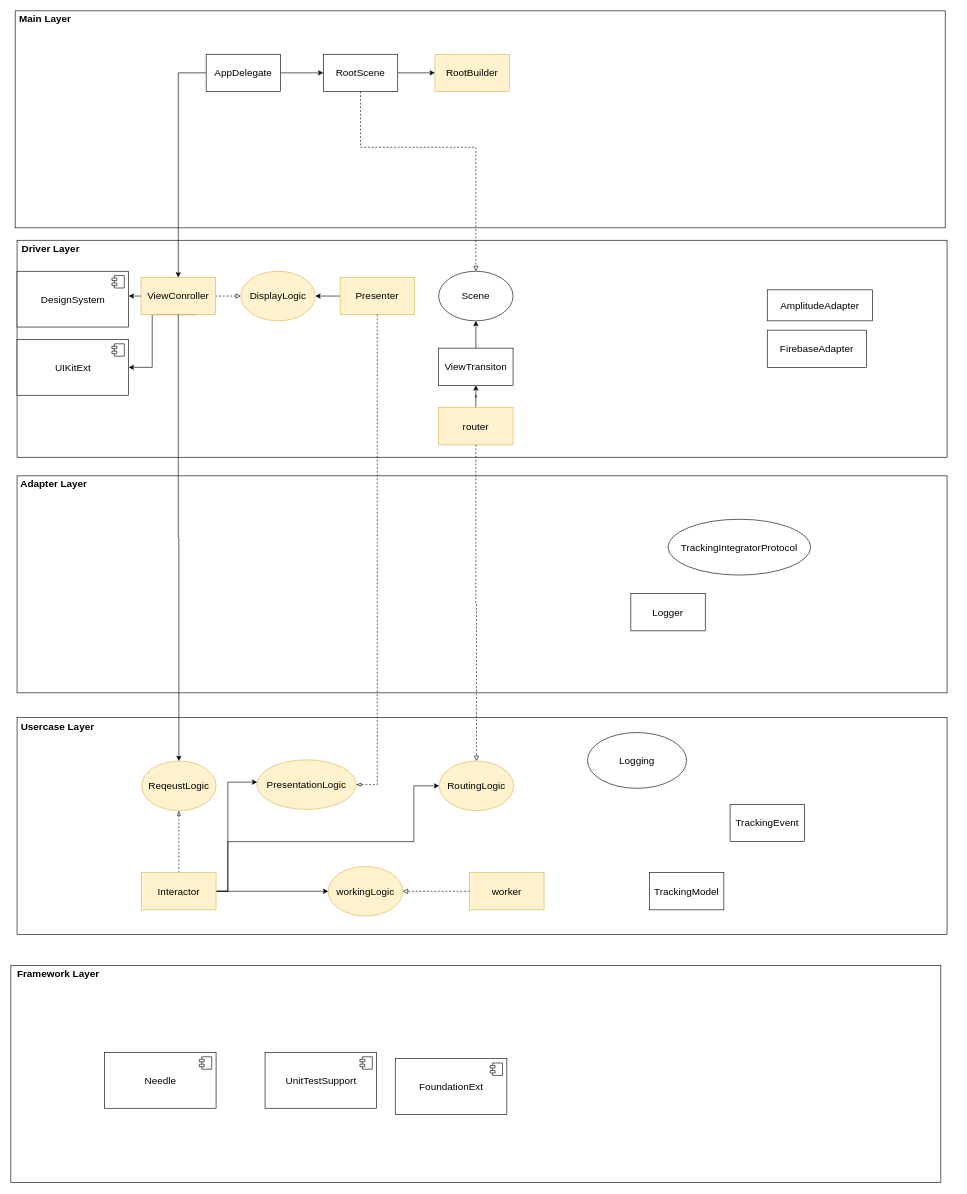
Above: modularization.drawio in gookhee/diagrams (draw.io), before the change. Source tidied: cells renumbered, new cells numbered last; positions are measured from the earlier drawing's top-left corner, leaving out a move shared by most shapes. Both pictures are drawn from the tidied source at 62%, with x=0, y=0 at pixel (11, 11).
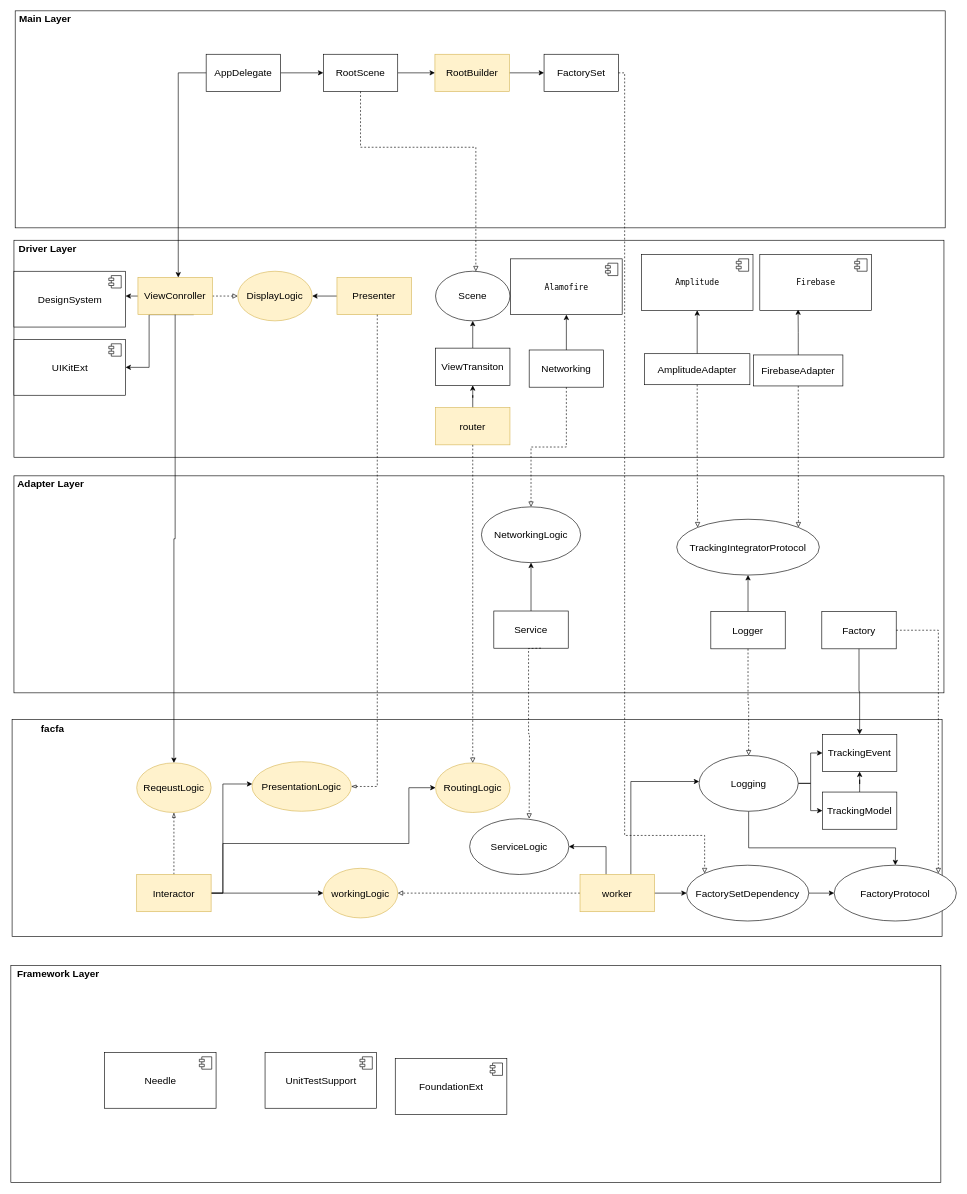
The same diagram, later.

The change refers to these unchanged cells:
```xml
<mxCell id="2" style="group;" parent="1" vertex="1">
  <mxGeometry width="1500" height="350" as="geometry" />
</mxCell>
<mxCell id="7" value="RootBuilder" style="rounded=0;whiteSpace=wrap;html=1;fontSize=16;fillColor=#fff2cc;strokeColor=#d6b656;" parent="2" vertex="1">
  <mxGeometry x="684" y="70" width="120" height="60" as="geometry" />
</mxCell>
<mxCell id="27" value="Presenter" style="rounded=0;whiteSpace=wrap;html=1;fontSize=16;fillColor=#fff2cc;strokeColor=#d6b656;" parent="19" vertex="1">
  <mxGeometry x="521" y="60" width="120" height="60" as="geometry" />
</mxCell>
<mxCell id="56" value="PresentationLogic" style="ellipse;whiteSpace=wrap;html=1;fontSize=16;fillColor=#fff2cc;strokeColor=#d6b656;" parent="45" vertex="1">
  <mxGeometry x="387" y="68" width="160" height="80" as="geometry" />
</mxCell>
```

What changed in the source:
```diff
@@
+    <mxCell id="67" style="edgeStyle=orthogonalEdgeStyle;rounded=0;jettySize=auto;html=1;fontSize=16;endArrow=classic;endFill=1;" parent="2" edge="1" source="7" target="68">
+      <mxGeometry relative="1" as="geometry" />
+    </mxCell>
@@
+    <mxCell id="68" value="FactorySet" style="rounded=0;whiteSpace=wrap;html=1;fontSize=16;" parent="2" vertex="1">
+      <mxGeometry x="860" y="70" width="120" height="60" as="geometry" />
+    </mxCell>
@@
     <mxCell id="19" style="group;" parent="1" vertex="1">
-      <mxGeometry x="10" y="370" width="1500" height="350" as="geometry" />
+      <mxGeometry x="5" y="370" width="1500" height="350" as="geometry" />
     </mxCell>
@@
+    <mxCell id="69" style="edgeStyle=orthogonalEdgeStyle;rounded=0;jettySize=auto;html=1;fontSize=16;endArrow=classic;endFill=1;" parent="19" edge="1" source="36" target="71">
+      <mxGeometry relative="1" as="geometry" />
+    </mxCell>
     <mxCell id="36" value="AmplitudeAdapter" style="rounded=0;whiteSpace=wrap;html=1;fontSize=16;" parent="19" vertex="1">
-      <mxGeometry x="1210" y="80" width="170" height="50" as="geometry" />
+      <mxGeometry x="1017" y="183" width="170" height="50" as="geometry" />
     </mxCell>
+    <mxCell id="70" style="edgeStyle=orthogonalEdgeStyle;rounded=0;jettySize=auto;html=1;entryX=0.343;entryY=0.984;entryDx=0;entryDy=0;entryPerimeter=0;fontSize=16;endArrow=classic;endFill=1;" parent="19" edge="1" source="37" target="73">
+      <mxGeometry relative="1" as="geometry" />
+    </mxCell>
     <mxCell id="37" value="FirebaseAdapter" style="rounded=0;whiteSpace=wrap;html=1;fontSize=16;" parent="19" vertex="1">
-      <mxGeometry x="1210" y="145" width="160" height="60" as="geometry" />
+      <mxGeometry x="1193" y="185" width="144" height="50" as="geometry" />
     </mxCell>
@@
+    <mxCell id="71" value="&lt;p class=&quot;p1&quot; style=&quot;margin: 0px ; font-stretch: normal ; font-size: 13px ; line-height: normal ; font-family: &amp;#34;menlo&amp;#34; ; background-color: rgb(255 , 255 , 255)&quot;&gt;Amplitude&lt;/p&gt;" style="html=1;fontSize=16;" parent="19" vertex="1">
+      <mxGeometry x="1012" y="23" width="180" height="90" as="geometry" />
+    </mxCell>
+    <mxCell id="72" style="shape=module;jettyWidth=8;jettyHeight=4;fontSize=16;" parent="71" vertex="1">
+      <mxGeometry x="1" width="20" height="20" relative="1" as="geometry">
+        <mxPoint x="-27" y="7" as="offset" />
+      </mxGeometry>
+    </mxCell>
+    <mxCell id="73" value="&lt;p class=&quot;p1&quot; style=&quot;margin: 0px ; font-stretch: normal ; font-size: 13px ; line-height: normal ; font-family: &amp;#34;menlo&amp;#34; ; background-color: rgb(255 , 255 , 255)&quot;&gt;Firebase&lt;/p&gt;" style="html=1;fontSize=16;" parent="19" vertex="1">
+      <mxGeometry x="1203" y="23" width="180" height="90" as="geometry" />
+    </mxCell>
+    <mxCell id="74" style="shape=module;jettyWidth=8;jettyHeight=4;fontSize=16;" parent="73" vertex="1">
+      <mxGeometry x="1" width="20" height="20" relative="1" as="geometry">
+        <mxPoint x="-27" y="7" as="offset" />
+      </mxGeometry>
+    </mxCell>
+    <mxCell id="75" style="edgeStyle=orthogonalEdgeStyle;rounded=0;jettySize=auto;html=1;fontSize=16;endArrow=classic;endFill=1;" parent="19" edge="1" source="76" target="77">
+      <mxGeometry relative="1" as="geometry" />
+    </mxCell>
+    <mxCell id="76" value="Networking" style="rounded=0;whiteSpace=wrap;html=1;fontSize=16;" parent="19" vertex="1">
+      <mxGeometry x="831" y="177" width="120" height="60" as="geometry" />
+    </mxCell>
+    <mxCell id="77" value="&lt;p class=&quot;p1&quot; style=&quot;margin: 0px ; font-stretch: normal ; font-size: 13px ; line-height: normal ; font-family: &amp;#34;menlo&amp;#34; ; background-color: rgb(255 , 255 , 255)&quot;&gt;Alamofire&lt;/p&gt;" style="html=1;fontSize=16;" parent="19" vertex="1">
+      <mxGeometry x="801" y="30" width="180" height="90" as="geometry" />
+    </mxCell>
+    <mxCell id="78" style="shape=module;jettyWidth=8;jettyHeight=4;fontSize=16;" parent="77" vertex="1">
+      <mxGeometry x="1" width="20" height="20" relative="1" as="geometry">
+        <mxPoint x="-27" y="7" as="offset" />
+      </mxGeometry>
+    </mxCell>
     <mxCell id="40" style="group;dashed=1;" parent="1" vertex="1">
-      <mxGeometry x="10" y="750" width="1500" height="350" as="geometry" />
+      <mxGeometry x="5" y="750" width="1500" height="350" as="geometry" />
     </mxCell>
@@
     <mxCell id="43" value="TrackingIntegratorProtocol" style="ellipse;whiteSpace=wrap;html=1;fontSize=16;" parent="40" vertex="1">
-      <mxGeometry x="1050" y="70" width="230" height="90" as="geometry" />
+      <mxGeometry x="1069" y="70" width="230" height="90" as="geometry" />
     </mxCell>
+    <mxCell id="79" style="edgeStyle=orthogonalEdgeStyle;rounded=0;jettySize=auto;html=1;fontSize=16;endArrow=classic;endFill=1;" parent="40" edge="1" source="44" target="43">
+      <mxGeometry relative="1" as="geometry" />
+    </mxCell>
     <mxCell id="44" value="Logger" style="rounded=0;whiteSpace=wrap;html=1;fontSize=16;" parent="40" vertex="1">
-      <mxGeometry x="990" y="190" width="120" height="60" as="geometry" />
+      <mxGeometry x="1124" y="219" width="120" height="60" as="geometry" />
     </mxCell>
+    <mxCell id="80" value="Factory" style="rounded=0;whiteSpace=wrap;html=1;fontSize=16;" parent="40" vertex="1">
+      <mxGeometry x="1303" y="219" width="120" height="60" as="geometry" />
+    </mxCell>
+    <mxCell id="81" style="edgeStyle=orthogonalEdgeStyle;rounded=0;jettySize=auto;html=1;fontSize=16;endArrow=classic;endFill=1;" parent="40" edge="1" source="82" target="83">
+      <mxGeometry relative="1" as="geometry" />
+    </mxCell>
+    <mxCell id="82" value="Service" style="rounded=0;whiteSpace=wrap;html=1;fontSize=16;" parent="40" vertex="1">
+      <mxGeometry x="774" y="218" width="120" height="60" as="geometry" />
+    </mxCell>
+    <mxCell id="83" value="NetworkingLogic" style="ellipse;whiteSpace=wrap;html=1;fontSize=16;" parent="40" vertex="1">
+      <mxGeometry x="754" y="50" width="160" height="90" as="geometry" />
+    </mxCell>
     <mxCell id="45" style="group;" parent="1" vertex="1">
-      <mxGeometry x="10" y="1140" width="1500" height="350" as="geometry" />
+      <mxGeometry x="2" y="1143" width="1500" height="350" as="geometry" />
     </mxCell>
@@
-    <mxCell id="47" value="&lt;b&gt;&lt;font style=&quot;font-size: 16px&quot;&gt;Usercase Layer&lt;/font&gt;&lt;/b&gt;" style="text;html=1;align=center;verticalAlign=middle;fillColor=none;strokeColor=none;rounded=0;" parent="45" vertex="1">
-      <mxGeometry y="4" width="130" height="20" as="geometry" />
+    <mxCell id="47" value="&lt;b&gt;&lt;font style=&quot;font-size: 16px&quot;&gt;facfa&lt;/font&gt;&lt;/b&gt;" style="text;html=1;align=center;verticalAlign=middle;fillColor=none;strokeColor=none;rounded=0;" parent="45" vertex="1">
+      <mxGeometry x="40" y="4" width="50" height="20" as="geometry" />
     </mxCell>
@@
+    <mxCell id="84" style="edgeStyle=orthogonalEdgeStyle;rounded=0;jettySize=auto;html=1;fontSize=16;endArrow=classic;endFill=1;" parent="45" edge="1" source="54" target="58">
+      <mxGeometry relative="1" as="geometry">
+        <Array as="points">
+          <mxPoint x="998" y="100" />
+        </Array>
+      </mxGeometry>
+    </mxCell>
+    <mxCell id="85" style="edgeStyle=orthogonalEdgeStyle;rounded=0;jettySize=auto;html=1;fontSize=16;endArrow=classic;endFill=1;" parent="45" edge="1" source="54" target="92">
+      <mxGeometry relative="1" as="geometry" />
+    </mxCell>
+    <mxCell id="86" style="edgeStyle=orthogonalEdgeStyle;rounded=0;jettySize=auto;html=1;fontSize=16;endArrow=classic;endFill=1;" parent="45" edge="1" source="54" target="94">
+      <mxGeometry relative="1" as="geometry">
+        <Array as="points">
+          <mxPoint x="958" y="205" />
+        </Array>
+      </mxGeometry>
+    </mxCell>
     <mxCell id="54" value="worker" style="rounded=0;whiteSpace=wrap;html=1;fontSize=16;fillColor=#fff2cc;strokeColor=#d6b656;" parent="45" vertex="1">
-      <mxGeometry x="730" y="250" width="120" height="60" as="geometry" />
+      <mxGeometry x="916" y="250" width="120" height="60" as="geometry" />
     </mxCell>
@@
+    <mxCell id="87" style="edgeStyle=orthogonalEdgeStyle;rounded=0;jettySize=auto;html=1;fontSize=16;endArrow=classic;endFill=1;" parent="45" edge="1" source="58" target="59">
+      <mxGeometry relative="1" as="geometry" />
+    </mxCell>
+    <mxCell id="88" style="edgeStyle=orthogonalEdgeStyle;rounded=0;jettySize=auto;html=1;fontSize=16;endArrow=classic;endFill=1;" parent="45" edge="1" source="58" target="60">
+      <mxGeometry relative="1" as="geometry" />
+    </mxCell>
+    <mxCell id="89" style="edgeStyle=orthogonalEdgeStyle;rounded=0;jettySize=auto;html=1;fontSize=16;endArrow=classic;endFill=1;" parent="45" edge="1" source="58" target="93">
+      <mxGeometry relative="1" as="geometry">
+        <Array as="points">
+          <mxPoint x="1188" y="207" />
+          <mxPoint x="1425" y="207" />
+        </Array>
+      </mxGeometry>
+    </mxCell>
     <mxCell id="58" value="Logging" style="ellipse;whiteSpace=wrap;html=1;fontSize=16;" parent="45" vertex="1">
-      <mxGeometry x="920" y="24" width="160" height="90" as="geometry" />
+      <mxGeometry x="1108" y="58" width="160" height="90" as="geometry" />
     </mxCell>
     <mxCell id="59" value="TrackingEvent" style="rounded=0;whiteSpace=wrap;html=1;fontSize=16;" parent="45" vertex="1">
-      <mxGeometry x="1150" y="140" width="120" height="60" as="geometry" />
+      <mxGeometry x="1307" y="24" width="120" height="60" as="geometry" />
     </mxCell>
+    <mxCell id="90" style="edgeStyle=orthogonalEdgeStyle;rounded=0;jettySize=auto;html=1;fontSize=16;endArrow=classic;endFill=1;" parent="45" edge="1" source="60" target="59">
+      <mxGeometry relative="1" as="geometry" />
+    </mxCell>
     <mxCell id="60" value="TrackingModel" style="rounded=0;whiteSpace=wrap;html=1;fontSize=16;" parent="45" vertex="1">
-      <mxGeometry x="1020" y="250" width="120" height="60" as="geometry" />
+      <mxGeometry x="1307" y="117" width="120" height="60" as="geometry" />
     </mxCell>
     <mxCell id="61" value="RoutingLogic" style="ellipse;whiteSpace=wrap;html=1;fontSize=16;fillColor=#fff2cc;strokeColor=#d6b656;" parent="45" vertex="1">
-      <mxGeometry x="681" y="70" width="120" height="80" as="geometry" />
+      <mxGeometry x="683" y="70" width="120" height="80" as="geometry" />
     </mxCell>
+    <mxCell id="91" style="edgeStyle=orthogonalEdgeStyle;rounded=0;jettySize=auto;html=1;entryX=0;entryY=0.5;entryDx=0;entryDy=0;fontSize=16;endArrow=classic;endFill=1;" parent="45" edge="1" source="92" target="93">
+      <mxGeometry relative="1" as="geometry" />
+    </mxCell>
+    <mxCell id="92" value="FactorySetDependency" style="ellipse;whiteSpace=wrap;html=1;fontSize=16;" parent="45" vertex="1">
+      <mxGeometry x="1088" y="235" width="197" height="90" as="geometry" />
+    </mxCell>
+    <mxCell id="93" value="FactoryProtocol" style="ellipse;whiteSpace=wrap;html=1;fontSize=16;" parent="45" vertex="1">
+      <mxGeometry x="1326" y="235" width="197" height="90" as="geometry" />
+    </mxCell>
+    <mxCell id="94" value="ServiceLogic" style="ellipse;whiteSpace=wrap;html=1;fontSize=16;" parent="45" vertex="1">
+      <mxGeometry x="738" y="160" width="160" height="90" as="geometry" />
+    </mxCell>
@@
     <mxCell id="64" style="edgeStyle=orthogonalEdgeStyle;rounded=0;jettySize=auto;html=1;entryX=1;entryY=0.5;entryDx=0;entryDy=0;fontSize=16;endArrow=blockThin;endFill=0;dashed=1;" parent="1" edge="1" source="27" target="56">
       <mxGeometry relative="1" as="geometry">
         <Array as="points">
-          <mxPoint x="591" y="1248" />
+          <mxPoint x="591" y="1251" />
         </Array>
       </mxGeometry>
     </mxCell>
@@
+    <mxCell id="95" style="edgeStyle=orthogonalEdgeStyle;rounded=0;jettySize=auto;html=1;fontSize=16;endArrow=block;endFill=0;dashed=1;" parent="1" edge="1" source="44" target="58">
+      <mxGeometry relative="1" as="geometry" />
+    </mxCell>
+    <mxCell id="96" style="edgeStyle=orthogonalEdgeStyle;rounded=0;jettySize=auto;html=1;fontSize=16;endArrow=block;endFill=0;entryX=0;entryY=0;entryDx=0;entryDy=0;dashed=1;" parent="1" edge="1" source="36" target="43">
+      <mxGeometry relative="1" as="geometry" />
+    </mxCell>
+    <mxCell id="97" style="edgeStyle=orthogonalEdgeStyle;rounded=0;jettySize=auto;html=1;entryX=1;entryY=0;entryDx=0;entryDy=0;fontSize=16;endArrow=block;endFill=0;dashed=1;" parent="1" edge="1" source="37" target="43">
+      <mxGeometry relative="1" as="geometry" />
+    </mxCell>
+    <mxCell id="98" style="edgeStyle=orthogonalEdgeStyle;rounded=0;jettySize=auto;html=1;entryX=1;entryY=0;entryDx=0;entryDy=0;fontSize=16;endArrow=block;endFill=0;dashed=1;" parent="1" edge="1" source="80" target="93">
+      <mxGeometry relative="1" as="geometry">
+        <Array as="points">
+          <mxPoint x="1496" y="999" />
+        </Array>
+      </mxGeometry>
+    </mxCell>
+    <mxCell id="99" style="edgeStyle=orthogonalEdgeStyle;rounded=0;jettySize=auto;html=1;fontSize=16;endArrow=block;endFill=0;entryX=0;entryY=0;entryDx=0;entryDy=0;dashed=1;" parent="1" edge="1" source="68" target="92">
+      <mxGeometry relative="1" as="geometry">
+        <Array as="points">
+          <mxPoint x="990" y="100" />
+          <mxPoint x="990" y="1330" />
+          <mxPoint x="1119" y="1330" />
+        </Array>
+      </mxGeometry>
+    </mxCell>
+    <mxCell id="100" style="edgeStyle=orthogonalEdgeStyle;rounded=0;jettySize=auto;html=1;fontSize=16;endArrow=classic;endFill=1;" parent="1" edge="1" source="80" target="59">
+      <mxGeometry relative="1" as="geometry" />
+    </mxCell>
+    <mxCell id="101" style="edgeStyle=orthogonalEdgeStyle;rounded=0;orthogonalLoop=1;jettySize=auto;html=1;dashed=1;fontSize=16;endArrow=block;endFill=0;" parent="1" edge="1">
+      <mxGeometry relative="1" as="geometry">
+        <mxPoint x="855" y="1028" as="sourcePoint" />
+        <mxPoint x="836" y="1303" as="targetPoint" />
+      </mxGeometry>
+    </mxCell>
+    <mxCell id="102" style="edgeStyle=orthogonalEdgeStyle;rounded=0;jettySize=auto;html=1;fontSize=16;endArrow=block;endFill=0;dashed=1;" parent="1" edge="1" source="76" target="83">
+      <mxGeometry relative="1" as="geometry" />
+    </mxCell>
```
